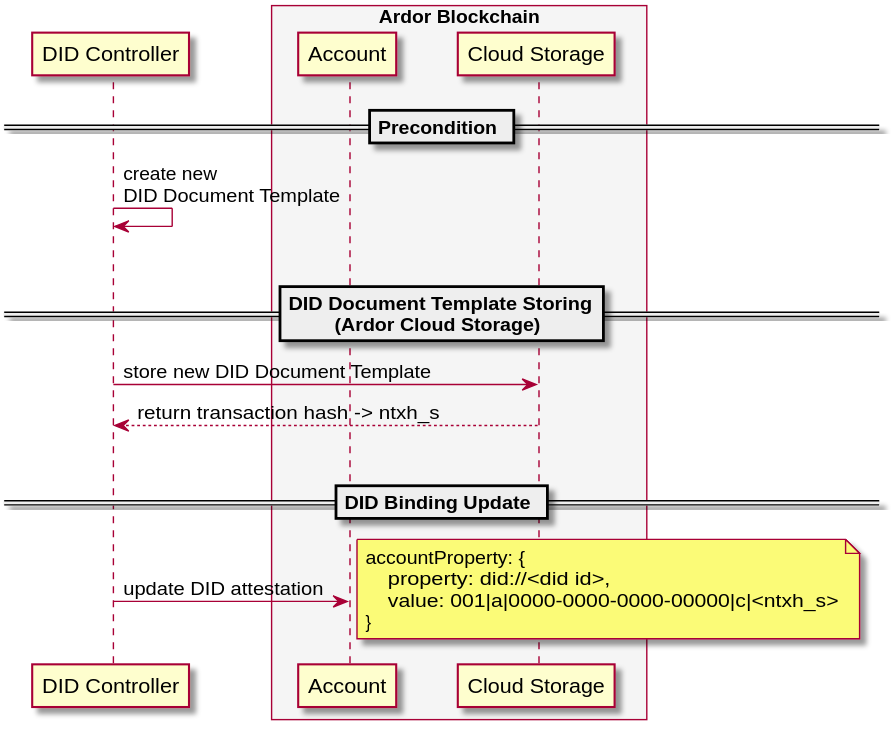
Before: docs/plantuml/out/did-document-template-update.svg, a diagram exported from PlantUML (blobaa/bba-did-method-specification).
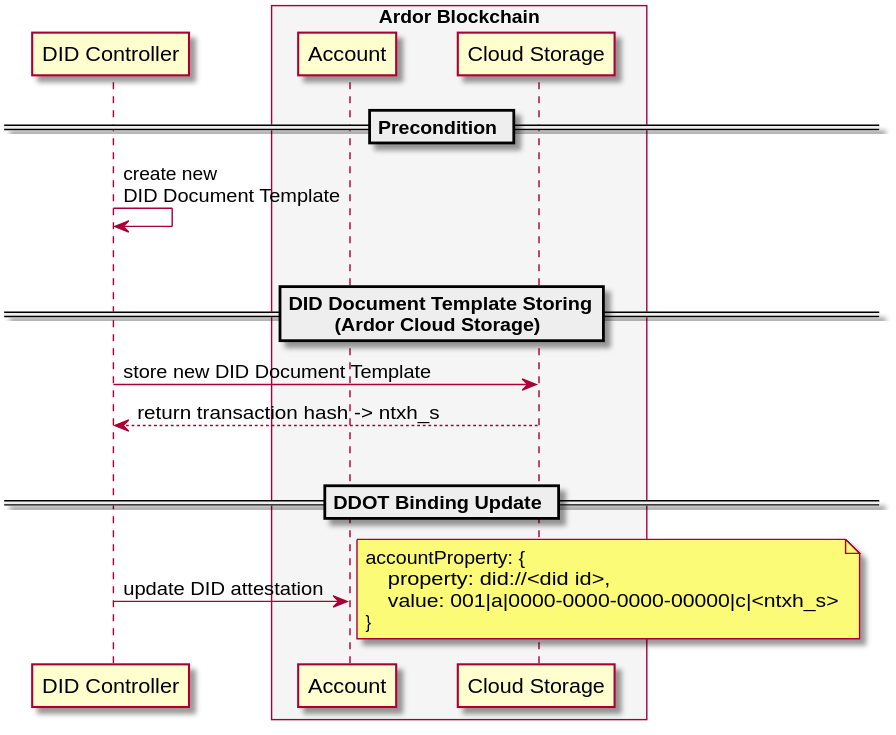
After the change.

Change to the diagram source:
```diff
@@ -23,7 +23,7 @@
 |||
 
 
-== DID Binding Update ==
+== DDOT Binding Update ==
 
 DCR -> ATTE: update DID attestation
 note right
```
